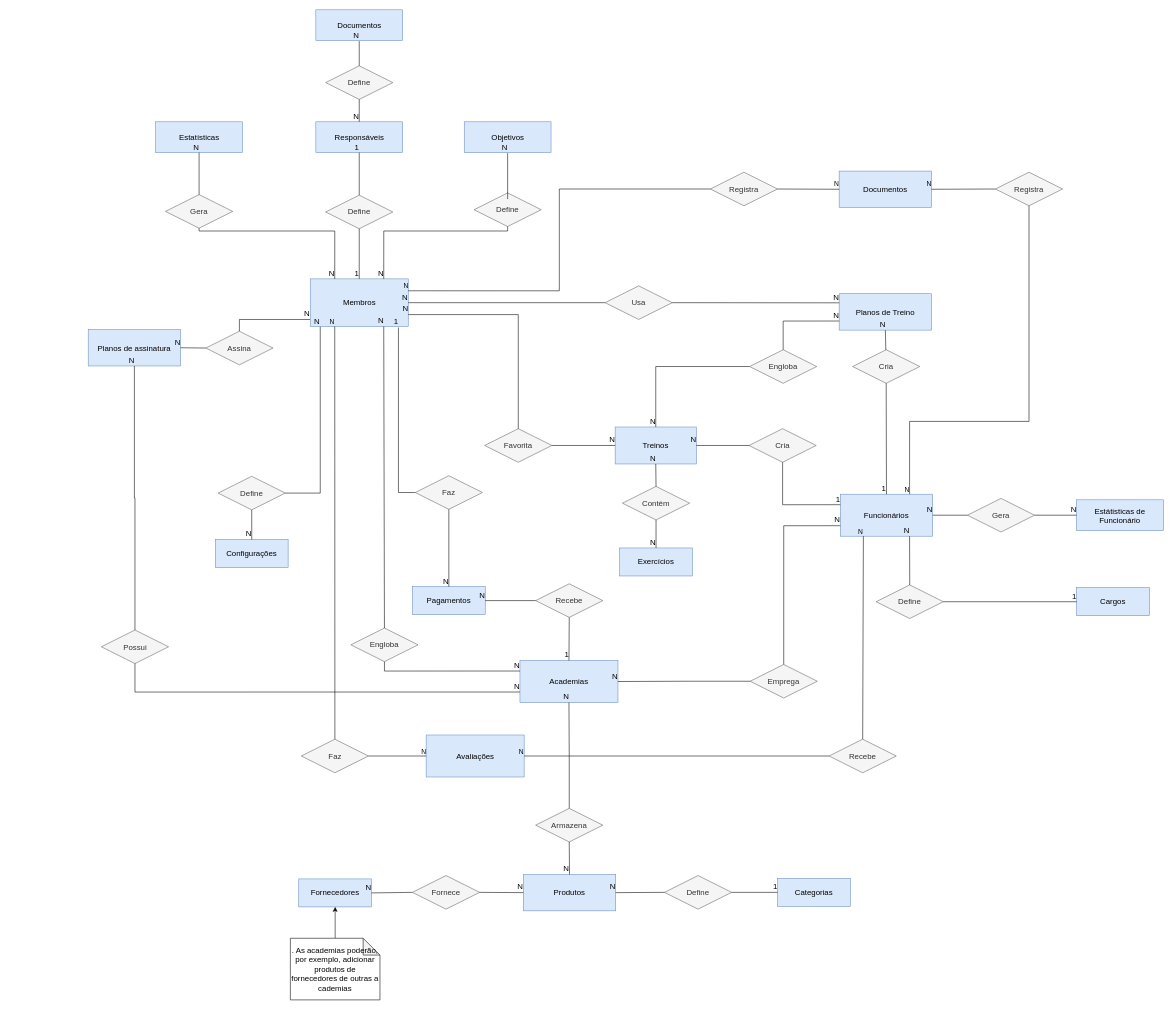
Earlier version of the draw.io diagram DER/der-draw-io.drawio (trainya-app/diagrams). Source tidied: cells renumbered, new cells numbered last; positions are measured from the earlier drawing's top-left corner, leaving out a move shared by most shapes. Both pictures are drawn from the tidied source at 56%, with x=0, y=0 at pixel (88, 10).
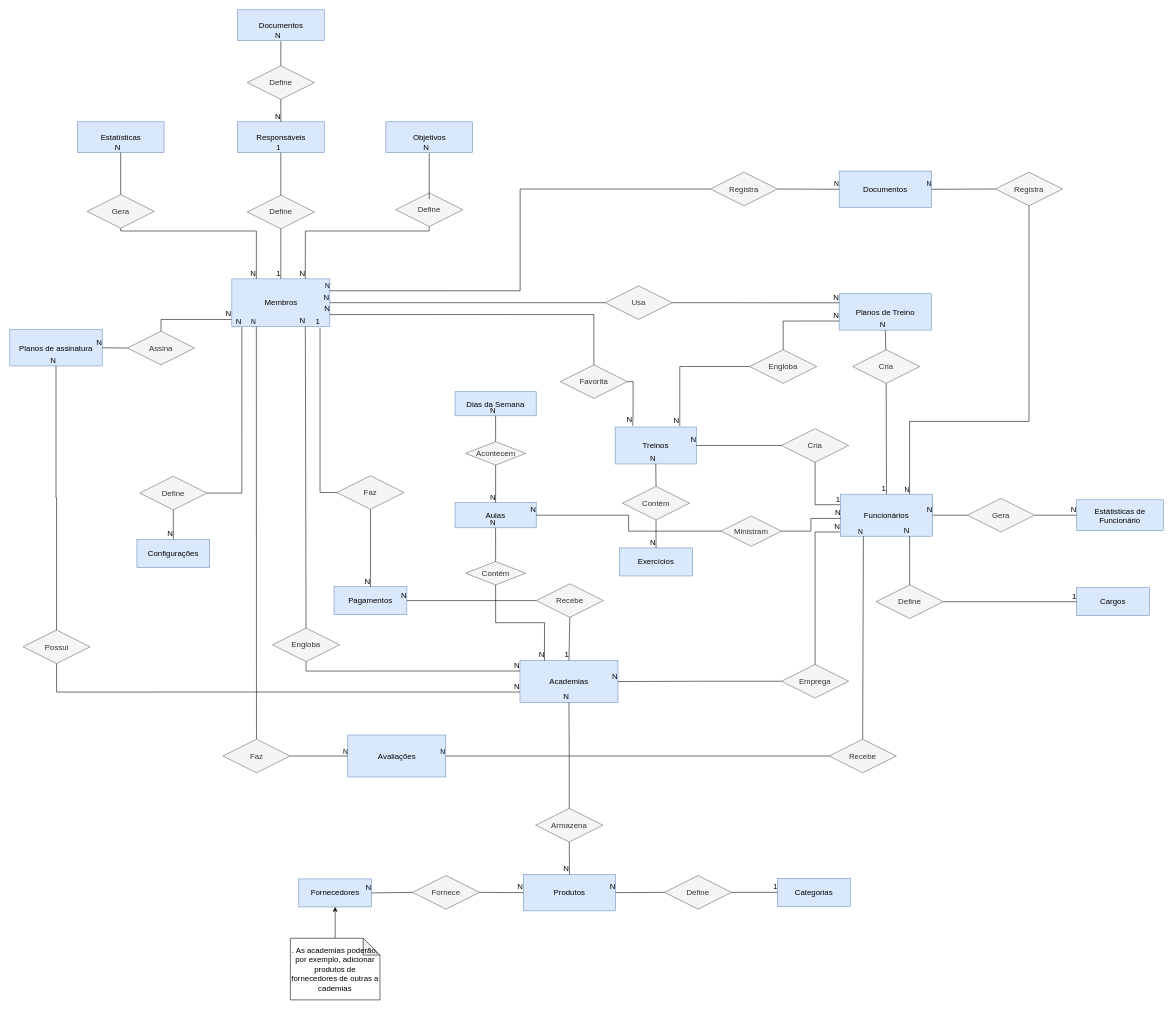
After the change.

Unchanged cells that the change refers to:
```xml
<mxCell id="3" value="Academias" style="whiteSpace=wrap;html=1;align=center;fillColor=#dae8fc;strokeColor=#6c8ebf;fontSize=14;" parent="1" vertex="1">
  <mxGeometry x="771" y="1162" width="175" height="75" as="geometry" />
</mxCell>
<mxCell id="4" value="Funcionários" style="whiteSpace=wrap;html=1;align=center;fillColor=#dae8fc;strokeColor=#6c8ebf;fontSize=14;" parent="1" vertex="1">
  <mxGeometry x="1343" y="865" width="165" height="75" as="geometry" />
</mxCell>
<mxCell id="5" value="Treinos" style="whiteSpace=wrap;html=1;align=center;fillColor=#dae8fc;strokeColor=#6c8ebf;fontSize=14;" parent="1" vertex="1">
  <mxGeometry x="941" y="745" width="145" height="66" as="geometry" />
</mxCell>
<mxCell id="37" value="Engloba" style="shape=rhombus;perimeter=rhombusPerimeter;whiteSpace=wrap;html=1;align=center;fillColor=#f5f5f5;strokeColor=#666666;fontColor=#333333;fontSize=14;" parent="1" vertex="1">
  <mxGeometry x="1181" y="607" width="120" height="60" as="geometry" />
</mxCell>
```

Change to the diagram source:
```diff
@@
     <mxCell id="2" value="Membros" style="whiteSpace=wrap;html=1;align=center;fillColor=#dae8fc;strokeColor=#6c8ebf;fontSize=14;" parent="1" vertex="1">
-      <mxGeometry x="396.5" y="480.5" width="175" height="85" as="geometry" />
+      <mxGeometry x="256.5" y="480.5" width="175" height="85" as="geometry" />
     </mxCell>
@@
     <mxCell id="7" value="Planos de assinatura" style="whiteSpace=wrap;html=1;align=center;fillColor=#dae8fc;strokeColor=#6c8ebf;fontSize=14;" parent="1" vertex="1">
-      <mxGeometry y="571" width="165" height="65" as="geometry" />
+      <mxGeometry x="-140" y="571" width="165" height="65" as="geometry" />
     </mxCell>
@@
     <mxCell id="16" value="Assina" style="shape=rhombus;perimeter=rhombusPerimeter;whiteSpace=wrap;html=1;align=center;fillColor=#f5f5f5;strokeColor=#666666;fontColor=#333333;fontSize=14;" parent="1" vertex="1">
-      <mxGeometry x="210" y="574" width="120" height="60" as="geometry" />
+      <mxGeometry x="70" y="574" width="120" height="60" as="geometry" />
     </mxCell>
@@
-    <mxCell id="38" style="endArrow=none;html=1;rounded=0;entryX=0.5;entryY=0;entryDx=0;entryDy=0;exitX=0;exitY=0.5;exitDx=0;exitDy=0;edgeStyle=orthogonalEdgeStyle;fontSize=14;" parent="1" edge="1" source="37" target="5">
+    <mxCell id="38" style="endArrow=none;html=1;rounded=0;entryX=0.796;entryY=-0.028;entryDx=0;entryDy=0;exitX=0;exitY=0.5;exitDx=0;exitDy=0;edgeStyle=orthogonalEdgeStyle;fontSize=14;entryPerimeter=0;" parent="1" edge="1" source="37" target="5">
       <mxGeometry relative="1" as="geometry" />
     </mxCell>
@@
     <mxCell id="47" value="Favorita" style="shape=rhombus;perimeter=rhombusPerimeter;whiteSpace=wrap;html=1;align=center;fillColor=#f5f5f5;strokeColor=#666666;fontColor=#333333;fontSize=14;" parent="1" vertex="1">
-      <mxGeometry x="708" y="748" width="120" height="60" as="geometry" />
+      <mxGeometry x="843" y="634" width="120" height="60" as="geometry" />
     </mxCell>
@@
-    <mxCell id="50" style="endArrow=none;html=1;rounded=0;entryX=0;entryY=0.5;entryDx=0;entryDy=0;exitX=1;exitY=0.5;exitDx=0;exitDy=0;edgeStyle=orthogonalEdgeStyle;fontSize=14;" parent="1" edge="1" source="47" target="5">
+    <mxCell id="50" style="endArrow=none;html=1;rounded=0;entryX=0.216;entryY=-0.038;entryDx=0;entryDy=0;exitX=1;exitY=0.5;exitDx=0;exitDy=0;edgeStyle=orthogonalEdgeStyle;fontSize=14;entryPerimeter=0;" parent="1" edge="1" source="47" target="5">
       <mxGeometry relative="1" as="geometry" />
     </mxCell>
@@
     <mxCell id="52" value="Configurações" style="whiteSpace=wrap;html=1;align=center;fillColor=#dae8fc;strokeColor=#6c8ebf;fontSize=14;" parent="1" vertex="1">
-      <mxGeometry x="227" y="946" width="130" height="50" as="geometry" />
+      <mxGeometry x="87" y="946" width="130" height="50" as="geometry" />
     </mxCell>
     <mxCell id="53" value="Pagamentos" style="whiteSpace=wrap;html=1;align=center;fillColor=#dae8fc;strokeColor=#6c8ebf;fontSize=14;" parent="1" vertex="1">
-      <mxGeometry x="579" y="1030" width="130" height="50" as="geometry" />
+      <mxGeometry x="439" y="1030" width="130" height="50" as="geometry" />
     </mxCell>
     <mxCell id="54" value="Define" style="shape=rhombus;perimeter=rhombusPerimeter;whiteSpace=wrap;html=1;align=center;fillColor=#f5f5f5;strokeColor=#666666;fontColor=#333333;fontSize=14;" parent="1" vertex="1">
-      <mxGeometry x="232" y="833" width="120" height="60" as="geometry" />
+      <mxGeometry x="92" y="833" width="120" height="60" as="geometry" />
     </mxCell>
     <mxCell id="55" value="Faz" style="shape=rhombus;perimeter=rhombusPerimeter;whiteSpace=wrap;html=1;align=center;fillColor=#f5f5f5;strokeColor=#666666;fontColor=#333333;fontSize=14;" parent="1" vertex="1">
-      <mxGeometry x="584" y="832" width="120" height="60" as="geometry" />
+      <mxGeometry x="444" y="832" width="120" height="60" as="geometry" />
     </mxCell>
@@
     <mxCell id="62" value="Recebe" style="shape=rhombus;perimeter=rhombusPerimeter;whiteSpace=wrap;html=1;align=center;fillColor=#f5f5f5;strokeColor=#666666;fontColor=#333333;fontSize=14;" parent="1" vertex="1">
-      <mxGeometry x="799" y="1025" width="120" height="60" as="geometry" />
+      <mxGeometry x="800" y="1025" width="120" height="60" as="geometry" />
     </mxCell>
@@
     <mxCell id="80" value="Emprega" style="shape=rhombus;perimeter=rhombusPerimeter;whiteSpace=wrap;html=1;align=center;fillColor=#f5f5f5;strokeColor=#666666;fontColor=#333333;fontSize=14;" parent="1" vertex="1">
-      <mxGeometry x="1182" y="1169" width="120" height="60" as="geometry" />
+      <mxGeometry x="1238" y="1169" width="120" height="60" as="geometry" />
     </mxCell>
@@
-    <mxCell id="83" style="endArrow=none;html=1;rounded=0;entryX=0;entryY=0.75;entryDx=0;entryDy=0;edgeStyle=orthogonalEdgeStyle;exitX=0.5;exitY=0;exitDx=0;exitDy=0;fontSize=14;" parent="1" edge="1" source="80" target="4">
+    <mxCell id="83" style="endArrow=none;html=1;rounded=0;entryX=-0.005;entryY=0.9;entryDx=0;entryDy=0;edgeStyle=orthogonalEdgeStyle;exitX=0.5;exitY=0;exitDx=0;exitDy=0;fontSize=14;entryPerimeter=0;" parent="1" edge="1" source="80" target="4">
       <mxGeometry relative="1" as="geometry" />
     </mxCell>
@@
     <mxCell id="85" value="Engloba" style="shape=rhombus;perimeter=rhombusPerimeter;whiteSpace=wrap;html=1;align=center;fillColor=#f5f5f5;strokeColor=#666666;fontColor=#333333;fontSize=14;" parent="1" vertex="1">
-      <mxGeometry x="469" y="1104" width="120" height="60" as="geometry" />
+      <mxGeometry x="329" y="1104" width="120" height="60" as="geometry" />
     </mxCell>
@@
     <mxCell id="90" value="Cria" style="shape=rhombus;perimeter=rhombusPerimeter;whiteSpace=wrap;html=1;align=center;fillColor=#f5f5f5;strokeColor=#666666;fontColor=#333333;fontSize=14;" parent="1" vertex="1">
-      <mxGeometry x="1180" y="748" width="120" height="60" as="geometry" />
+      <mxGeometry x="1238" y="748" width="120" height="60" as="geometry" />
     </mxCell>
@@
     <mxCell id="95" value="Possui" style="shape=rhombus;perimeter=rhombusPerimeter;whiteSpace=wrap;html=1;align=center;fillColor=#f5f5f5;strokeColor=#666666;fontColor=#333333;fontSize=14;" parent="1" vertex="1">
-      <mxGeometry x="23.5" y="1107.5" width="120" height="60" as="geometry" />
+      <mxGeometry x="-116.5" y="1107.5" width="120" height="60" as="geometry" />
     </mxCell>
@@
     <mxCell id="100" value="Objetivos" style="whiteSpace=wrap;html=1;align=center;fillColor=#dae8fc;strokeColor=#6c8ebf;fontSize=14;" parent="1" vertex="1">
-      <mxGeometry x="671.5" y="200" width="155" height="55" as="geometry" />
+      <mxGeometry x="531.5" y="200" width="155" height="55" as="geometry" />
     </mxCell>
     <mxCell id="101" value="Define" style="shape=rhombus;perimeter=rhombusPerimeter;whiteSpace=wrap;html=1;align=center;fillColor=#f5f5f5;strokeColor=#666666;fontColor=#333333;fontSize=14;" parent="1" vertex="1">
-      <mxGeometry x="689" y="327" width="120" height="60" as="geometry" />
+      <mxGeometry x="549" y="327" width="120" height="60" as="geometry" />
     </mxCell>
     <mxCell id="102" style="endArrow=none;html=1;rounded=0;entryX=0.5;entryY=1;entryDx=0;entryDy=0;fontSize=14;exitX=0.5;exitY=0;exitDx=0;exitDy=0;" parent="1" edge="1">
       <mxGeometry relative="1" as="geometry">
-        <mxPoint x="749" y="338" as="sourcePoint" />
-        <mxPoint x="749" y="256" as="targetPoint" />
+        <mxPoint x="609" y="338" as="sourcePoint" />
+        <mxPoint x="609" y="256" as="targetPoint" />
       </mxGeometry>
     </mxCell>
@@
     <mxCell id="104" style="endArrow=none;html=1;rounded=0;fontSize=14;exitX=0.5;exitY=1;exitDx=0;exitDy=0;edgeStyle=orthogonalEdgeStyle;entryX=0.75;entryY=0;entryDx=0;entryDy=0;" parent="1" edge="1" source="101" target="2">
       <mxGeometry relative="1" as="geometry">
         <Array as="points">
-          <mxPoint x="749" y="395" />
-          <mxPoint x="528" y="395" />
+          <mxPoint x="609" y="395" />
+          <mxPoint x="388" y="395" />
         </Array>
       </mxGeometry>
     </mxCell>
@@
     <mxCell id="108" value="Estatísticas" style="whiteSpace=wrap;html=1;align=center;fillColor=#dae8fc;strokeColor=#6c8ebf;fontSize=14;" parent="1" vertex="1">
-      <mxGeometry x="120.5" y="200" width="155" height="55" as="geometry" />
+      <mxGeometry x="-19.5" y="200" width="155" height="55" as="geometry" />
     </mxCell>
     <mxCell id="109" value="Gera" style="shape=rhombus;perimeter=rhombusPerimeter;whiteSpace=wrap;html=1;align=center;fillColor=#f5f5f5;strokeColor=#666666;fontColor=#333333;fontSize=14;" parent="1" vertex="1">
-      <mxGeometry x="138" y="330" width="120" height="60" as="geometry" />
+      <mxGeometry x="-2" y="330" width="120" height="60" as="geometry" />
     </mxCell>
@@
     <mxCell id="112" style="endArrow=none;html=1;rounded=0;fontSize=14;exitX=0.5;exitY=1;exitDx=0;exitDy=0;edgeStyle=orthogonalEdgeStyle;entryX=0.25;entryY=0;entryDx=0;entryDy=0;" parent="1" edge="1" source="109" target="2">
       <mxGeometry relative="1" as="geometry">
         <Array as="points">
-          <mxPoint x="198" y="395" />
-          <mxPoint x="440" y="395" />
+          <mxPoint x="58" y="395" />
+          <mxPoint x="300" y="395" />
         </Array>
       </mxGeometry>
     </mxCell>
@@
     <mxCell id="131" value="Responsáveis" style="whiteSpace=wrap;html=1;align=center;fillColor=#dae8fc;strokeColor=#6c8ebf;fontSize=14;" parent="1" vertex="1">
-      <mxGeometry x="406.5" y="200" width="155" height="55" as="geometry" />
+      <mxGeometry x="266.5" y="200" width="155" height="55" as="geometry" />
     </mxCell>
     <mxCell id="132" value="Define" style="shape=rhombus;perimeter=rhombusPerimeter;whiteSpace=wrap;html=1;align=center;fillColor=#f5f5f5;strokeColor=#666666;fontColor=#333333;fontSize=14;" parent="1" vertex="1">
-      <mxGeometry x="424" y="331" width="120" height="60" as="geometry" />
+      <mxGeometry x="284" y="331" width="120" height="60" as="geometry" />
     </mxCell>
@@
     <mxCell id="137" value="Documentos" style="whiteSpace=wrap;html=1;align=center;fillColor=#dae8fc;strokeColor=#6c8ebf;fontSize=14;" parent="1" vertex="1">
-      <mxGeometry x="406.5" width="155" height="55" as="geometry" />
+      <mxGeometry x="266.5" width="155" height="55" as="geometry" />
     </mxCell>
     <mxCell id="138" value="Define" style="shape=rhombus;perimeter=rhombusPerimeter;whiteSpace=wrap;html=1;align=center;fillColor=#f5f5f5;strokeColor=#666666;fontColor=#333333;fontSize=14;" parent="1" vertex="1">
-      <mxGeometry x="424" y="100" width="120" height="60" as="geometry" />
+      <mxGeometry x="284" y="100" width="120" height="60" as="geometry" />
     </mxCell>
     <mxCell id="139" style="endArrow=none;html=1;rounded=0;entryX=0.5;entryY=1;entryDx=0;entryDy=0;fontSize=14;exitX=0.5;exitY=0;exitDx=0;exitDy=0;" parent="1" edge="1" source="138">
       <mxGeometry relative="1" as="geometry">
-        <mxPoint x="484" y="56" as="targetPoint" />
+        <mxPoint x="344" y="56" as="targetPoint" />
       </mxGeometry>
     </mxCell>
@@
     <mxCell id="143" value="Avaliações" style="whiteSpace=wrap;html=1;align=center;fillColor=#dae8fc;strokeColor=#6c8ebf;fontSize=14;" parent="1" vertex="1">
-      <mxGeometry x="603.5" y="1295" width="175" height="75" as="geometry" />
+      <mxGeometry x="463.5" y="1295" width="175" height="75" as="geometry" />
     </mxCell>
@@
     <mxCell id="149" value="Faz" style="shape=rhombus;perimeter=rhombusPerimeter;whiteSpace=wrap;html=1;align=center;fillColor=#f5f5f5;fontColor=#333333;strokeColor=#666666;fontSize=14;" parent="1" vertex="1">
-      <mxGeometry x="380.5" y="1302.5" width="120" height="60" as="geometry" />
+      <mxGeometry x="240.5" y="1302.5" width="120" height="60" as="geometry" />
     </mxCell>
@@
+    <mxCell id="154" value="Aulas" style="whiteSpace=wrap;html=1;align=center;fillColor=#dae8fc;strokeColor=#6c8ebf;fontSize=14;" parent="1" vertex="1">
+      <mxGeometry x="655" y="880" width="145" height="45" as="geometry" />
+    </mxCell>
+    <mxCell id="155" value="Dias da Semana" style="whiteSpace=wrap;html=1;align=center;fillColor=#dae8fc;strokeColor=#6c8ebf;fontSize=14;" parent="1" vertex="1">
+      <mxGeometry x="655" y="682" width="145" height="43" as="geometry" />
+    </mxCell>
+    <mxCell id="156" value="Acontecem" style="shape=rhombus;perimeter=rhombusPerimeter;whiteSpace=wrap;html=1;align=center;fillColor=#f5f5f5;strokeColor=#666666;fontColor=#333333;fontSize=14;" parent="1" vertex="1">
+      <mxGeometry x="673.8" y="771.2" width="107.5" height="41.8" as="geometry" />
+    </mxCell>
+    <mxCell id="157" style="endArrow=none;html=1;rounded=0;entryX=0.5;entryY=1;entryDx=0;entryDy=0;exitX=0.5;exitY=0;exitDx=0;exitDy=0;fontSize=14;" parent="1" edge="1" source="156" target="155">
+      <mxGeometry relative="1" as="geometry" />
+    </mxCell>
+    <mxCell id="158" value="N" style="html=1;align=right;verticalAlign=bottom;fontSize=14;" parent="157" vertex="1">
+      <mxGeometry x="1" relative="1" as="geometry" />
+    </mxCell>
+    <mxCell id="159" style="endArrow=none;html=1;rounded=0;exitX=0.5;exitY=1;exitDx=0;exitDy=0;entryX=0.5;entryY=0;entryDx=0;entryDy=0;fontSize=14;" parent="1" edge="1" source="156" target="154">
+      <mxGeometry relative="1" as="geometry" />
+    </mxCell>
+    <mxCell id="160" value="N" style="html=1;align=right;verticalAlign=bottom;fontSize=14;" parent="159" vertex="1">
+      <mxGeometry x="1" relative="1" as="geometry" />
+    </mxCell>
+    <mxCell id="161" value="Contém" style="shape=rhombus;perimeter=rhombusPerimeter;whiteSpace=wrap;html=1;align=center;fillColor=#f5f5f5;strokeColor=#666666;fontColor=#333333;fontSize=14;" parent="1" vertex="1">
+      <mxGeometry x="673.8" y="985.2" width="107.5" height="41.8" as="geometry" />
+    </mxCell>
+    <mxCell id="162" style="endArrow=none;html=1;rounded=0;entryX=0.5;entryY=1;entryDx=0;entryDy=0;exitX=0.5;exitY=0;exitDx=0;exitDy=0;fontSize=14;" parent="1" edge="1" source="161" target="154">
+      <mxGeometry relative="1" as="geometry" />
+    </mxCell>
+    <mxCell id="163" value="N" style="html=1;align=right;verticalAlign=bottom;fontSize=14;" parent="162" vertex="1">
+      <mxGeometry x="1" relative="1" as="geometry" />
+    </mxCell>
+    <mxCell id="164" style="endArrow=none;html=1;rounded=0;exitX=0.5;exitY=1;exitDx=0;exitDy=0;entryX=0.25;entryY=0;entryDx=0;entryDy=0;fontSize=14;edgeStyle=orthogonalEdgeStyle;" parent="1" edge="1" source="161" target="3">
+      <mxGeometry relative="1" as="geometry" />
+    </mxCell>
+    <mxCell id="165" value="N" style="html=1;align=right;verticalAlign=bottom;fontSize=14;" parent="164" vertex="1">
+      <mxGeometry x="1" relative="1" as="geometry" />
+    </mxCell>
+    <mxCell id="166" value="Ministram" style="shape=rhombus;perimeter=rhombusPerimeter;whiteSpace=wrap;html=1;align=center;fillColor=#f5f5f5;strokeColor=#666666;fontColor=#333333;fontSize=14;" parent="1" vertex="1">
+      <mxGeometry x="1130" y="904" width="108" height="54" as="geometry" />
+    </mxCell>
+    <mxCell id="167" style="endArrow=none;html=1;rounded=0;entryX=0.005;entryY=0.577;entryDx=0;entryDy=0;fontSize=14;exitX=1;exitY=0.5;exitDx=0;exitDy=0;entryPerimeter=0;edgeStyle=orthogonalEdgeStyle;" parent="1" edge="1" source="166" target="4">
+      <mxGeometry relative="1" as="geometry" />
+    </mxCell>
+    <mxCell id="168" value="N" style="html=1;align=right;verticalAlign=bottom;fontSize=14;" parent="167" vertex="1">
+      <mxGeometry x="1" relative="1" as="geometry" />
+    </mxCell>
+    <mxCell id="169" style="endArrow=none;html=1;rounded=0;entryX=1;entryY=0.5;entryDx=0;entryDy=0;fontSize=14;edgeStyle=orthogonalEdgeStyle;" parent="1" edge="1" source="166" target="154">
+      <mxGeometry relative="1" as="geometry" />
+    </mxCell>
+    <mxCell id="170" value="N" style="html=1;align=right;verticalAlign=bottom;fontSize=14;" parent="169" vertex="1">
+      <mxGeometry x="1" relative="1" as="geometry" />
+    </mxCell>
```
